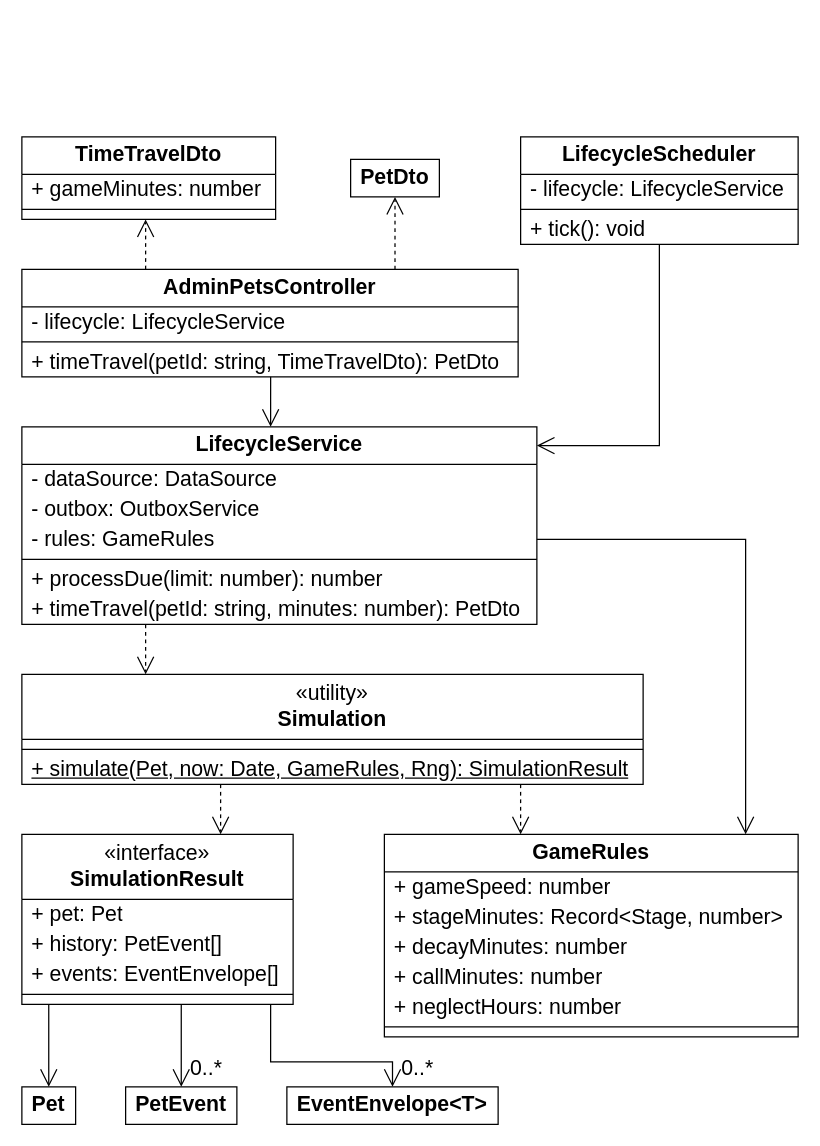
Earlier version of the draw.io diagram page "Классы: pets-service – жизненный цикл" (9 of 21) of docs/diagrams/Классы подробно.drawio (Shaherezada/tamagotchi). Source tidied: cells renumbered, new cells numbered last; positions are measured from the earlier drawing's top-left corner, leaving out a move shared by most shapes. Both pictures are drawn from the tidied source at 125%, with x=0, y=0 at pixel (21, 136).
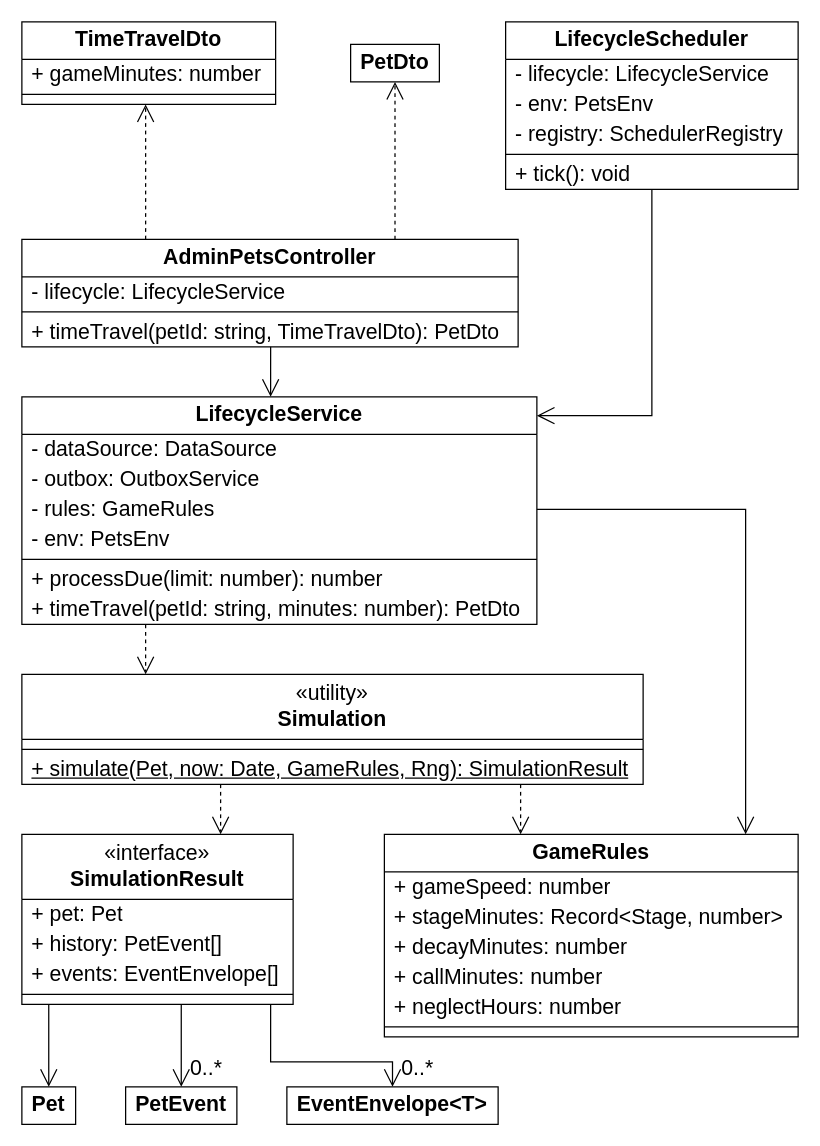
The same diagram, later.

Unchanged cells that the change refers to:
```xml
<mxCell id="38" value="GameRules" style="swimlane;fontStyle=1;align=center;verticalAlign=middle;horizontal=1;startSize=30;whiteSpace=wrap;html=1;fillColor=#FFFFFF;swimlaneFillColor=#FFFFFF;strokeColor=#000000;fontColor=#000000;fontFamily=Arial;fontSize=17;" parent="1" vertex="1">
  <mxGeometry x="290" y="558" width="331" height="162" as="geometry" />
</mxCell>
```

The edit, as a diff of the source:
```diff
@@
     <mxCell id="2" value="TimeTravelDto" style="swimlane;fontStyle=1;align=center;verticalAlign=middle;horizontal=1;startSize=30;whiteSpace=wrap;html=1;fillColor=#FFFFFF;swimlaneFillColor=#FFFFFF;strokeColor=#000000;fontColor=#000000;fontFamily=Arial;fontSize=17;" parent="1" vertex="1">
-      <mxGeometry width="203" height="66" as="geometry" />
+      <mxGeometry y="-92" width="203" height="66" as="geometry" />
     </mxCell>
@@
     <mxCell id="6" value="&lt;b&gt;PetDto&lt;/b&gt;" style="rounded=0;whiteSpace=wrap;html=1;fillColor=#FFFFFF;fontStyle=0;strokeColor=#000000;fontColor=#000000;fontFamily=Arial;fontSize=17;" parent="1" vertex="1">
-      <mxGeometry x="263" y="18" width="71" height="30" as="geometry" />
+      <mxGeometry x="263" y="-74" width="71" height="30" as="geometry" />
     </mxCell>
     <mxCell id="7" value="LifecycleScheduler" style="swimlane;fontStyle=1;align=center;verticalAlign=middle;horizontal=1;startSize=30;whiteSpace=wrap;html=1;fillColor=#FFFFFF;swimlaneFillColor=#FFFFFF;strokeColor=#000000;fontColor=#000000;fontFamily=Arial;fontSize=17;" parent="1" vertex="1">
-      <mxGeometry x="399" width="222" height="86" as="geometry" />
+      <mxGeometry x="387" y="-92" width="234" height="134" as="geometry" />
     </mxCell>
     <mxCell id="8" value="- lifecycle: LifecycleService" style="text;strokeColor=none;fillColor=none;align=left;verticalAlign=middle;spacingLeft=6;spacingRight=4;overflow=hidden;whiteSpace=wrap;html=1;fontColor=#000000;fontFamily=Arial;fontSize=17;" parent="7" vertex="1">
-      <mxGeometry y="30" width="222" height="24" as="geometry" />
+      <mxGeometry y="30" width="234" height="24" as="geometry" />
     </mxCell>
+    <mxCell id="56" value="- env: PetsEnv" style="text;strokeColor=none;fillColor=none;align=left;verticalAlign=middle;spacingLeft=6;spacingRight=4;overflow=hidden;whiteSpace=wrap;html=1;fontColor=#000000;fontFamily=Arial;fontSize=17;" parent="7" vertex="1">
+      <mxGeometry y="54" width="234" height="24" as="geometry" />
+    </mxCell>
+    <mxCell id="57" value="- registry: SchedulerRegistry" style="text;strokeColor=none;fillColor=none;align=left;verticalAlign=middle;spacingLeft=6;spacingRight=4;overflow=hidden;whiteSpace=wrap;html=1;fontColor=#000000;fontFamily=Arial;fontSize=17;" parent="7" vertex="1">
+      <mxGeometry y="78" width="234" height="24" as="geometry" />
+    </mxCell>
     <mxCell id="9" style="line;strokeWidth=1;fillColor=none;align=left;verticalAlign=middle;spacingTop=-1;spacingLeft=3;spacingRight=3;labelPosition=right;strokeColor=#000000;" parent="7" vertex="1">
-      <mxGeometry y="54" width="222" height="8" as="geometry" />
+      <mxGeometry y="102" width="234" height="8" as="geometry" />
     </mxCell>
     <mxCell id="10" value="+ tick(): void" style="text;strokeColor=none;fillColor=none;align=left;verticalAlign=middle;spacingLeft=6;spacingRight=4;overflow=hidden;whiteSpace=wrap;html=1;fontColor=#000000;fontFamily=Arial;fontSize=17;" parent="7" vertex="1">
-      <mxGeometry y="62" width="222" height="24" as="geometry" />
+      <mxGeometry y="110" width="234" height="24" as="geometry" />
     </mxCell>
     <mxCell id="11" value="AdminPetsController" style="swimlane;fontStyle=1;align=center;verticalAlign=middle;horizontal=1;startSize=30;whiteSpace=wrap;html=1;fillColor=#FFFFFF;swimlaneFillColor=#FFFFFF;strokeColor=#000000;fontColor=#000000;fontFamily=Arial;fontSize=17;" parent="1" vertex="1">
-      <mxGeometry y="106" width="397" height="86" as="geometry" />
+      <mxGeometry y="82" width="397" height="86" as="geometry" />
     </mxCell>
@@
     <mxCell id="17" value="LifecycleService" style="swimlane;fontStyle=1;align=center;verticalAlign=middle;horizontal=1;startSize=30;whiteSpace=wrap;html=1;fillColor=#FFFFFF;swimlaneFillColor=#FFFFFF;strokeColor=#000000;fontColor=#000000;fontFamily=Arial;fontSize=17;" parent="1" vertex="1">
-      <mxGeometry y="232" width="412" height="158" as="geometry" />
+      <mxGeometry y="208" width="412" height="182" as="geometry" />
     </mxCell>
@@
+    <mxCell id="58" value="- env: PetsEnv" style="text;strokeColor=none;fillColor=none;align=left;verticalAlign=middle;spacingLeft=6;spacingRight=4;overflow=hidden;whiteSpace=wrap;html=1;fontColor=#000000;fontFamily=Arial;fontSize=17;" parent="17" vertex="1">
+      <mxGeometry y="102" width="412" height="24" as="geometry" />
+    </mxCell>
     <mxCell id="21" style="line;strokeWidth=1;fillColor=none;align=left;verticalAlign=middle;spacingTop=-1;spacingLeft=3;spacingRight=3;labelPosition=right;strokeColor=#000000;" parent="17" vertex="1">
-      <mxGeometry y="102" width="412" height="8" as="geometry" />
+      <mxGeometry y="126" width="412" height="8" as="geometry" />
     </mxCell>
     <mxCell id="22" value="+ processDue(limit: number): number" style="text;strokeColor=none;fillColor=none;align=left;verticalAlign=middle;spacingLeft=6;spacingRight=4;overflow=hidden;whiteSpace=wrap;html=1;fontColor=#000000;fontFamily=Arial;fontSize=17;" parent="17" vertex="1">
-      <mxGeometry y="110" width="412" height="24" as="geometry" />
+      <mxGeometry y="134" width="412" height="24" as="geometry" />
     </mxCell>
     <mxCell id="23" value="+ timeTravel(petId: string, minutes: number): PetDto" style="text;strokeColor=none;fillColor=none;align=left;verticalAlign=middle;spacingLeft=6;spacingRight=4;overflow=hidden;whiteSpace=wrap;html=1;fontColor=#000000;fontFamily=Arial;fontSize=17;" parent="17" vertex="1">
-      <mxGeometry y="134" width="412" height="24" as="geometry" />
+      <mxGeometry y="158" width="412" height="24" as="geometry" />
     </mxCell>
@@
-    <mxCell id="25" style="html=1;rounded=0;edgeStyle=orthogonalEdgeStyle;strokeColor=#000000;fontColor=#000000;fontFamily=Arial;fontSize=17;endArrow=open;endSize=12;exitX=0.5000;exitY=1.0000;exitDx=0;exitDy=0;entryX=1.0000;entryY=0.0949;entryDx=0;entryDy=0;" parent="1" edge="1" source="7" target="17">
+    <mxCell id="25" style="html=1;rounded=0;edgeStyle=orthogonalEdgeStyle;strokeColor=#000000;fontColor=#000000;fontFamily=Arial;fontSize=17;endArrow=open;endSize=12;exitX=0.5000;exitY=1.0000;exitDx=0;exitDy=0;entryX=1.0000;entryY=0.0824;entryDx=0;entryDy=0;" parent="1" edge="1" source="7" target="17">
       <mxGeometry relative="1" as="geometry">
         <Array as="points">
-          <mxPoint x="510" y="247" />
+          <mxPoint x="504" y="223" />
         </Array>
       </mxGeometry>
     </mxCell>
@@
-    <mxCell id="47" style="html=1;rounded=0;edgeStyle=orthogonalEdgeStyle;strokeColor=#000000;fontColor=#000000;fontFamily=Arial;fontSize=17;endArrow=open;endSize=12;exitX=1.0000;exitY=0.5696;exitDx=0;exitDy=0;entryX=0.8731;entryY=0.0000;entryDx=0;entryDy=0;" parent="1" edge="1" source="17" target="38">
+    <mxCell id="47" style="html=1;rounded=0;edgeStyle=orthogonalEdgeStyle;strokeColor=#000000;fontColor=#000000;fontFamily=Arial;fontSize=17;endArrow=open;endSize=12;exitX=1.0000;exitY=0.4945;exitDx=0;exitDy=0;entryX=0.8731;entryY=0.0000;entryDx=0;entryDy=0;" parent="1" edge="1" source="17" target="38">
       <mxGeometry relative="1" as="geometry">
         <Array as="points">
-          <mxPoint x="579" y="322" />
+          <mxPoint x="579" y="298" />
         </Array>
       </mxGeometry>
     </mxCell>
```
